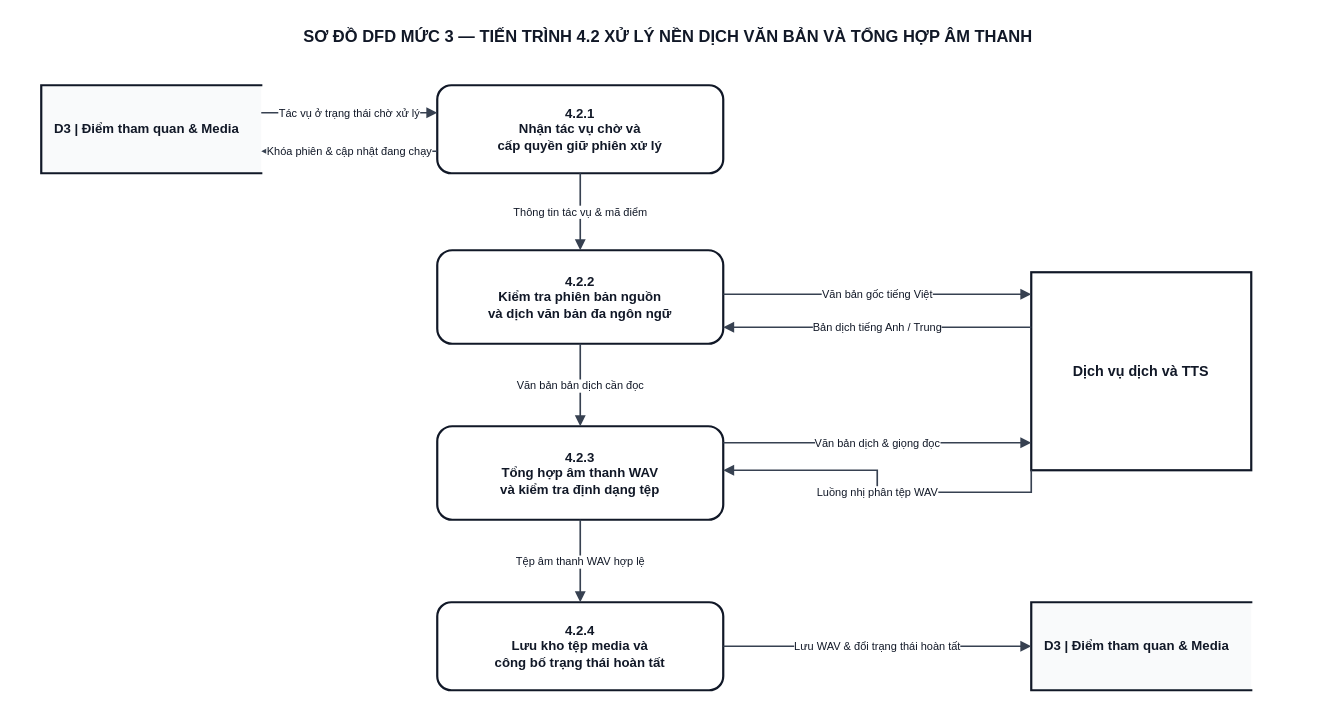
Above: docs/diagram/dfd/DFD_Level_3_P4_2_Pipeline_Translation_TTS.drawio in Kazuken123/prj_sgu26_cnpm (draw.io), before the change. Source tidied: cells renumbered, new cells numbered last; positions are measured from the earlier drawing's top-left corner, leaving out a move shared by most shapes. Both pictures are drawn from the tidied source at 110%, with x=0, y=0 at pixel (19, 19).
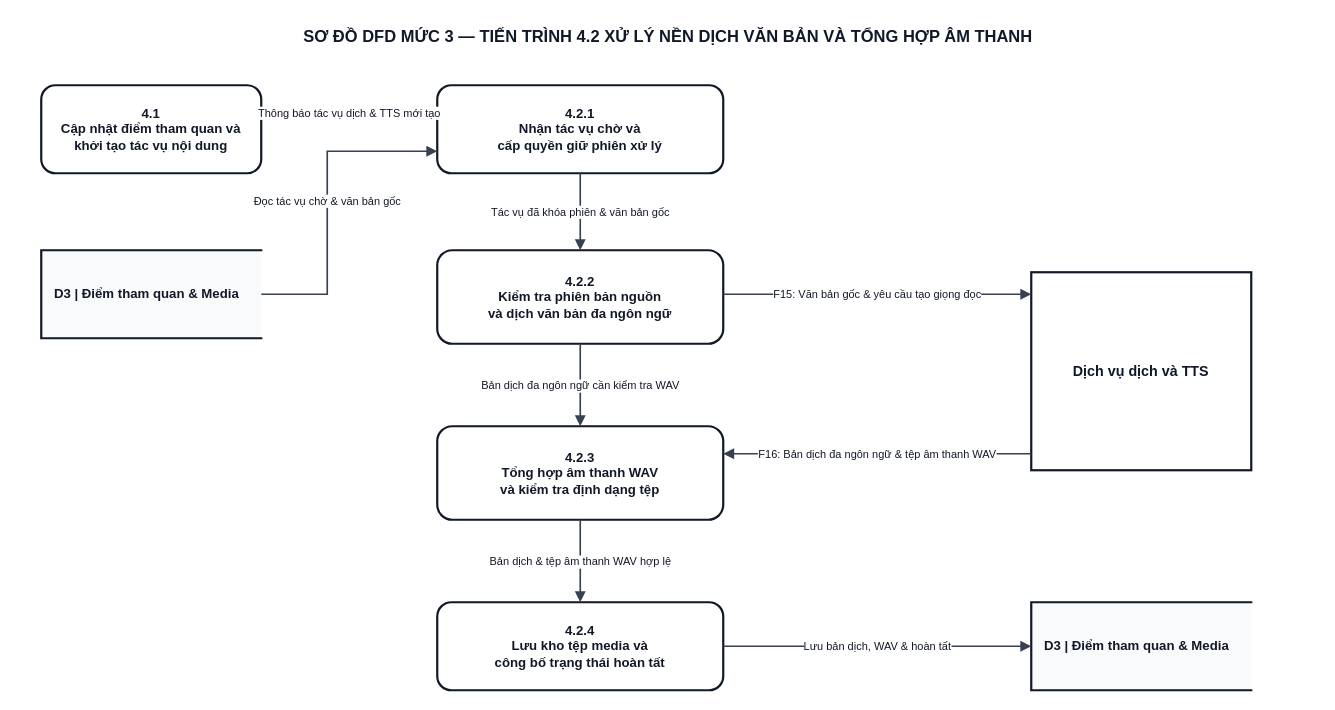
After the change.

Unchanged cells that the change refers to:
```xml
<mxCell id="3" value="&lt;b&gt;4.2.1&lt;/b&gt;&lt;br/&gt;Nhận tác vụ chờ và&lt;br/&gt;cấp quyền giữ phiên xử lý" style="rounded=1;arcSize=16;whiteSpace=wrap;html=1;fillColor=#FFFFFF;strokeColor=#111827;strokeWidth=2;fontFamily=Arial;fontSize=12;fontStyle=1;fontColor=#111827;align=center;" parent="1" vertex="1">
  <mxGeometry x="380" y="60" width="260" height="80" as="geometry" />
</mxCell>
<mxCell id="4" value="&lt;b&gt;4.2.2&lt;/b&gt;&lt;br/&gt;Kiểm tra phiên bản nguồn&lt;br/&gt;và dịch văn bản đa ngôn ngữ" style="rounded=1;arcSize=16;whiteSpace=wrap;html=1;fillColor=#FFFFFF;strokeColor=#111827;strokeWidth=2;fontFamily=Arial;fontSize=12;fontStyle=1;fontColor=#111827;align=center;" parent="1" vertex="1">
  <mxGeometry x="380" y="210" width="260" height="85" as="geometry" />
</mxCell>
<mxCell id="5" value="&lt;b&gt;4.2.3&lt;/b&gt;&lt;br/&gt;Tổng hợp âm thanh WAV&lt;br/&gt;và kiểm tra định dạng tệp" style="rounded=1;arcSize=16;whiteSpace=wrap;html=1;fillColor=#FFFFFF;strokeColor=#111827;strokeWidth=2;fontFamily=Arial;fontSize=12;fontStyle=1;fontColor=#111827;align=center;" parent="1" vertex="1">
  <mxGeometry x="380" y="370" width="260" height="85" as="geometry" />
</mxCell>
<mxCell id="6" value="&lt;b&gt;4.2.4&lt;/b&gt;&lt;br/&gt;Lưu kho tệp media và&lt;br/&gt;công bố trạng thái hoàn tất" style="rounded=1;arcSize=16;whiteSpace=wrap;html=1;fillColor=#FFFFFF;strokeColor=#111827;strokeWidth=2;fontFamily=Arial;fontSize=12;fontStyle=1;fontColor=#111827;align=center;" parent="1" vertex="1">
  <mxGeometry x="380" y="530" width="260" height="80" as="geometry" />
</mxCell>
<mxCell id="11" value="&lt;b&gt;D3&lt;/b&gt; | Điểm tham quan &amp; Media" style="shape=partialRectangle;whiteSpace=wrap;html=1;left=1;right=0;top=1;bottom=1;fillColor=#F9FAFB;strokeColor=#111827;strokeWidth=2;fontFamily=Arial;fontSize=12;fontStyle=1;fontColor=#111827;align=left;spacingLeft=10;" parent="1" vertex="1">
  <mxGeometry x="920" y="530" width="200" height="80" as="geometry" />
</mxCell>
<mxCell id="12" value="Dịch vụ dịch và TTS" style="rounded=0;whiteSpace=wrap;html=1;fillColor=#FFFFFF;strokeColor=#111827;strokeWidth=2;fontFamily=Arial;fontSize=13;fontStyle=1;fontColor=#111827;align=center;" parent="1" vertex="1">
  <mxGeometry x="920" y="230" width="200" height="180" as="geometry" />
</mxCell>
```

What changed in the source:
```diff
@@
-    <mxCell id="7" value="Thông tin tác vụ &amp; mã điểm" style="edgeStyle=orthogonalEdgeStyle;rounded=0;jettySize=auto;html=1;strokeColor=#374151;strokeWidth=1.5;endArrow=block;endFill=1;fontFamily=Arial;fontSize=10;fontColor=#111827;labelBackgroundColor=#FFFFFF;spacing=2;exitX=0.5000;exitY=1.0000;exitDx=0;exitDy=0;entryX=0.5000;entryY=0.0000;entryDx=0;entryDy=0;" parent="1" edge="1" source="3" target="4">
+    <mxCell id="7" value="Tác vụ đã khóa phiên &amp; văn bản gốc" style="edgeStyle=orthogonalEdgeStyle;rounded=0;jettySize=auto;html=1;strokeColor=#374151;strokeWidth=1.5;endArrow=block;endFill=1;fontFamily=Arial;fontSize=10;fontColor=#111827;labelBackgroundColor=#FFFFFF;spacing=2;exitX=0.500000000000;exitY=1.000000000000;exitDx=0;exitDy=0;entryX=0.500000000000;entryY=0.000000000000;entryDx=0;entryDy=0;exitPerimeter=0;entryPerimeter=0;" parent="1" edge="1" source="3" target="4">
       <mxGeometry relative="1" as="geometry" />
     </mxCell>
-    <mxCell id="8" value="Văn bản bản dịch cần đọc" style="edgeStyle=orthogonalEdgeStyle;rounded=0;jettySize=auto;html=1;strokeColor=#374151;strokeWidth=1.5;endArrow=block;endFill=1;fontFamily=Arial;fontSize=10;fontColor=#111827;labelBackgroundColor=#FFFFFF;spacing=2;exitX=0.5000;exitY=1.0000;exitDx=0;exitDy=0;entryX=0.5000;entryY=0.0000;entryDx=0;entryDy=0;" parent="1" edge="1" source="4" target="5">
+    <mxCell id="8" value="Bản dịch đa ngôn ngữ cần kiểm tra WAV" style="edgeStyle=orthogonalEdgeStyle;rounded=0;jettySize=auto;html=1;strokeColor=#374151;strokeWidth=1.5;endArrow=block;endFill=1;fontFamily=Arial;fontSize=10;fontColor=#111827;labelBackgroundColor=#FFFFFF;spacing=2;exitX=0.500000000000;exitY=1.000000000000;exitDx=0;exitDy=0;entryX=0.500000000000;entryY=0.000000000000;entryDx=0;entryDy=0;exitPerimeter=0;entryPerimeter=0;" parent="1" edge="1" source="4" target="5">
       <mxGeometry relative="1" as="geometry" />
     </mxCell>
-    <mxCell id="9" value="Tệp âm thanh WAV hợp lệ" style="edgeStyle=orthogonalEdgeStyle;rounded=0;jettySize=auto;html=1;strokeColor=#374151;strokeWidth=1.5;endArrow=block;endFill=1;fontFamily=Arial;fontSize=10;fontColor=#111827;labelBackgroundColor=#FFFFFF;spacing=2;exitX=0.5000;exitY=1.0000;exitDx=0;exitDy=0;entryX=0.5000;entryY=0.0000;entryDx=0;entryDy=0;" parent="1" edge="1" source="5" target="6">
+    <mxCell id="9" value="Bản dịch &amp; tệp âm thanh WAV hợp lệ" style="edgeStyle=orthogonalEdgeStyle;rounded=0;jettySize=auto;html=1;strokeColor=#374151;strokeWidth=1.5;endArrow=block;endFill=1;fontFamily=Arial;fontSize=10;fontColor=#111827;labelBackgroundColor=#FFFFFF;spacing=2;exitX=0.500000000000;exitY=1.000000000000;exitDx=0;exitDy=0;entryX=0.500000000000;entryY=0.000000000000;entryDx=0;entryDy=0;exitPerimeter=0;entryPerimeter=0;" parent="1" edge="1" source="5" target="6">
       <mxGeometry relative="1" as="geometry" />
     </mxCell>
+    <mxCell id="20" value="&lt;b&gt;4.1&lt;/b&gt;&lt;br/&gt;Cập nhật điểm tham quan và&lt;br/&gt;khởi tạo tác vụ nội dung" style="rounded=1;arcSize=16;whiteSpace=wrap;html=1;fillColor=#FFFFFF;strokeColor=#111827;strokeWidth=2;fontFamily=Arial;fontSize=12;fontStyle=1;fontColor=#111827;align=center;" parent="1" vertex="1">
+      <mxGeometry x="20" y="60" width="200" height="80" as="geometry" />
+    </mxCell>
     <mxCell id="10" value="&lt;b&gt;D3&lt;/b&gt; | Điểm tham quan &amp; Media" style="shape=partialRectangle;whiteSpace=wrap;html=1;left=1;right=0;top=1;bottom=1;fillColor=#F9FAFB;strokeColor=#111827;strokeWidth=2;fontFamily=Arial;fontSize=12;fontStyle=1;fontColor=#111827;align=left;spacingLeft=10;" parent="1" vertex="1">
-      <mxGeometry x="20" y="60" width="200" height="80" as="geometry" />
+      <mxGeometry x="20" y="210" width="200" height="80" as="geometry" />
     </mxCell>
@@
+    <mxCell id="21" value="Thông báo tác vụ dịch &amp; TTS mới tạo" style="edgeStyle=orthogonalEdgeStyle;rounded=0;jettySize=auto;html=1;strokeColor=#374151;strokeWidth=1.5;endArrow=block;endFill=1;fontFamily=Arial;fontSize=10;fontColor=#111827;labelBackgroundColor=#FFFFFF;spacing=2;exitX=1.000000000000;exitY=0.312500000000;exitDx=0;exitDy=0;entryX=0.000000000000;entryY=0.312500000000;entryDx=0;entryDy=0;exitPerimeter=0;entryPerimeter=0;" parent="1" edge="1" source="20" target="3">
+      <mxGeometry relative="1" as="geometry" />
+    </mxCell>
-    <mxCell id="13" value="Tác vụ ở trạng thái chờ xử lý" style="edgeStyle=orthogonalEdgeStyle;rounded=0;jettySize=auto;html=1;strokeColor=#374151;strokeWidth=1.5;endArrow=block;endFill=1;fontFamily=Arial;fontSize=10;fontColor=#111827;labelBackgroundColor=#FFFFFF;spacing=2;exitX=1.0000;exitY=0.3125;exitDx=0;exitDy=0;entryX=0.0000;entryY=0.3125;entryDx=0;entryDy=0;" parent="1" edge="1" source="10" target="3">
-      <mxGeometry relative="1" as="geometry" />
+    <mxCell id="13" value="Đọc tác vụ chờ &amp; văn bản gốc" style="edgeStyle=orthogonalEdgeStyle;rounded=0;jettySize=auto;html=1;strokeColor=#374151;strokeWidth=1.5;endArrow=block;endFill=1;fontFamily=Arial;fontSize=10;fontColor=#111827;labelBackgroundColor=#FFFFFF;spacing=2;exitX=1.000000000000;exitY=0.500000000000;exitDx=0;exitDy=0;entryX=0.000000000000;entryY=0.750000000000;entryDx=0;entryDy=0;exitPerimeter=0;entryPerimeter=0;" parent="1" edge="1" source="10" target="3">
+      <mxGeometry relative="1" as="geometry">
+        <Array as="points">
+          <mxPoint x="220" y="250" />
+          <mxPoint x="280" y="250" />
+          <mxPoint x="280" y="120" />
+          <mxPoint x="380" y="120" />
+        </Array>
+      </mxGeometry>
     </mxCell>
-    <mxCell id="14" value="Khóa phiên &amp; cập nhật đang chạy" style="edgeStyle=orthogonalEdgeStyle;rounded=0;jettySize=auto;html=1;strokeColor=#374151;strokeWidth=1.5;endArrow=block;endFill=1;fontFamily=Arial;fontSize=10;fontColor=#111827;labelBackgroundColor=#FFFFFF;spacing=2;exitX=0.0000;exitY=0.7500;exitDx=0;exitDy=0;entryX=1.0000;entryY=0.7500;entryDx=0;entryDy=0;" parent="1" edge="1" source="3" target="10">
-      <mxGeometry relative="1" as="geometry" />
-    </mxCell>
-    <mxCell id="15" value="Văn bản gốc tiếng Việt" style="edgeStyle=orthogonalEdgeStyle;rounded=0;jettySize=auto;html=1;strokeColor=#374151;strokeWidth=1.5;endArrow=block;endFill=1;fontFamily=Arial;fontSize=10;fontColor=#111827;labelBackgroundColor=#FFFFFF;spacing=2;exitX=1.0000;exitY=0.4706;exitDx=0;exitDy=0;entryX=0.0000;entryY=0.1111;entryDx=0;entryDy=0;" parent="1" edge="1" source="4" target="12">
+    <mxCell id="15" value="F15: Văn bản gốc &amp; yêu cầu tạo giọng đọc" style="edgeStyle=orthogonalEdgeStyle;rounded=0;jettySize=auto;html=1;strokeColor=#374151;strokeWidth=1.5;endArrow=block;endFill=1;fontFamily=Arial;fontSize=10;fontColor=#111827;labelBackgroundColor=#FFFFFF;spacing=2;exitX=1.000000000000;exitY=0.470588235294;exitDx=0;exitDy=0;entryX=0.000000000000;entryY=0.111111111111;entryDx=0;entryDy=0;exitPerimeter=0;entryPerimeter=0;" parent="1" edge="1" source="4" target="12">
       <mxGeometry relative="1" as="geometry" />
     </mxCell>
-    <mxCell id="16" value="Bản dịch tiếng Anh / Trung" style="edgeStyle=orthogonalEdgeStyle;rounded=0;jettySize=auto;html=1;strokeColor=#374151;strokeWidth=1.5;endArrow=block;endFill=1;fontFamily=Arial;fontSize=10;fontColor=#111827;labelBackgroundColor=#FFFFFF;spacing=2;exitX=0.0000;exitY=0.2778;exitDx=0;exitDy=0;entryX=1.0000;entryY=0.8235;entryDx=0;entryDy=0;" parent="1" edge="1" source="12" target="4">
-      <mxGeometry relative="1" as="geometry" />
-    </mxCell>
-    <mxCell id="17" value="Văn bản dịch &amp; giọng đọc" style="edgeStyle=orthogonalEdgeStyle;rounded=0;jettySize=auto;html=1;strokeColor=#374151;strokeWidth=1.5;endArrow=block;endFill=1;fontFamily=Arial;fontSize=10;fontColor=#111827;labelBackgroundColor=#FFFFFF;spacing=2;exitX=1.0000;exitY=0.1765;exitDx=0;exitDy=0;entryX=0.0000;entryY=0.8611;entryDx=0;entryDy=0;" parent="1" edge="1" source="5" target="12">
-      <mxGeometry relative="1" as="geometry" />
-    </mxCell>
-    <mxCell id="18" value="Luồng nhị phân tệp WAV" style="edgeStyle=orthogonalEdgeStyle;rounded=0;jettySize=auto;html=1;strokeColor=#374151;strokeWidth=1.5;endArrow=block;endFill=1;fontFamily=Arial;fontSize=10;fontColor=#111827;labelBackgroundColor=#FFFFFF;spacing=2;exitX=0.0000;exitY=1.0000;exitDx=0;exitDy=0;entryX=1.0000;entryY=0.4706;entryDx=0;entryDy=0;" parent="1" edge="1" source="12" target="5">
+    <mxCell id="18" value="F16: Bản dịch đa ngôn ngữ &amp; tệp âm thanh WAV" style="edgeStyle=orthogonalEdgeStyle;rounded=0;jettySize=auto;html=1;strokeColor=#374151;strokeWidth=1.5;endArrow=block;endFill=1;fontFamily=Arial;fontSize=10;fontColor=#111827;labelBackgroundColor=#FFFFFF;spacing=2;exitX=0.000000000000;exitY=0.916666666667;exitDx=0;exitDy=0;entryX=1.000000000000;entryY=0.294117647059;entryDx=0;entryDy=0;exitPerimeter=0;entryPerimeter=0;" parent="1" edge="1" source="12" target="5">
       <mxGeometry relative="1" as="geometry" />
     </mxCell>
-    <mxCell id="19" value="Lưu WAV &amp; đổi trạng thái hoàn tất" style="edgeStyle=orthogonalEdgeStyle;rounded=0;jettySize=auto;html=1;strokeColor=#374151;strokeWidth=1.5;endArrow=block;endFill=1;fontFamily=Arial;fontSize=10;fontColor=#111827;labelBackgroundColor=#FFFFFF;spacing=2;exitX=1.0000;exitY=0.5000;exitDx=0;exitDy=0;entryX=0.0000;entryY=0.5000;entryDx=0;entryDy=0;" parent="1" edge="1" source="6" target="11">
+    <mxCell id="19" value="Lưu bản dịch, WAV &amp; hoàn tất" style="edgeStyle=orthogonalEdgeStyle;rounded=0;jettySize=auto;html=1;strokeColor=#374151;strokeWidth=1.5;endArrow=block;endFill=1;fontFamily=Arial;fontSize=10;fontColor=#111827;labelBackgroundColor=#FFFFFF;spacing=2;exitX=1.000000000000;exitY=0.500000000000;exitDx=0;exitDy=0;entryX=0.000000000000;entryY=0.500000000000;entryDx=0;entryDy=0;exitPerimeter=0;entryPerimeter=0;" parent="1" edge="1" source="6" target="11">
       <mxGeometry relative="1" as="geometry" />
     </mxCell>
```
